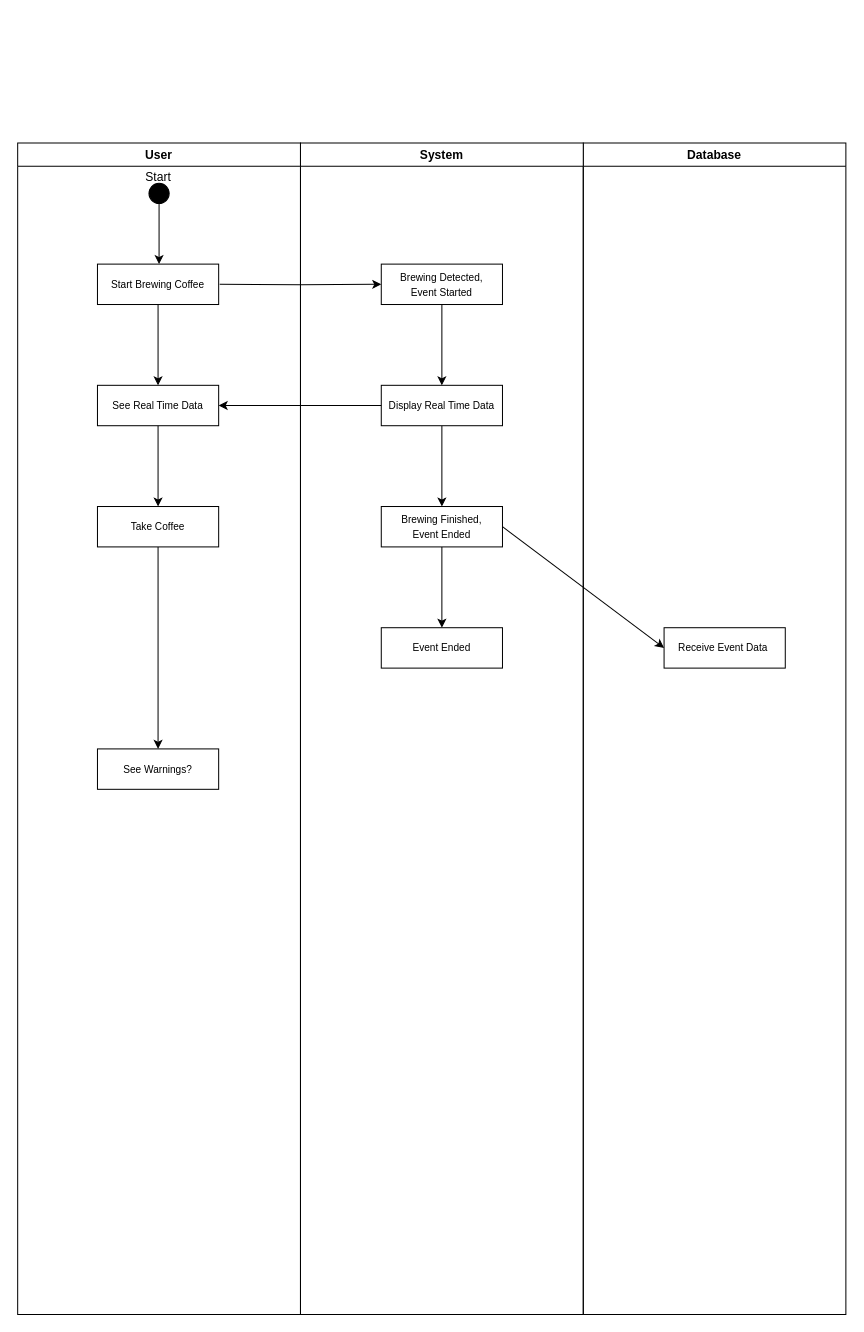
Above: diagrams/Activity_Diagram.drawio in martintara/kaffeknekt (draw.io), before the change. Source tidied: cells renumbered, new cells numbered last; positions are measured from the earlier drawing's top-left corner, leaving out a move shared by most shapes. Both pictures are drawn from the tidied source at 101%, with x=0, y=0 at pixel (17, 142).
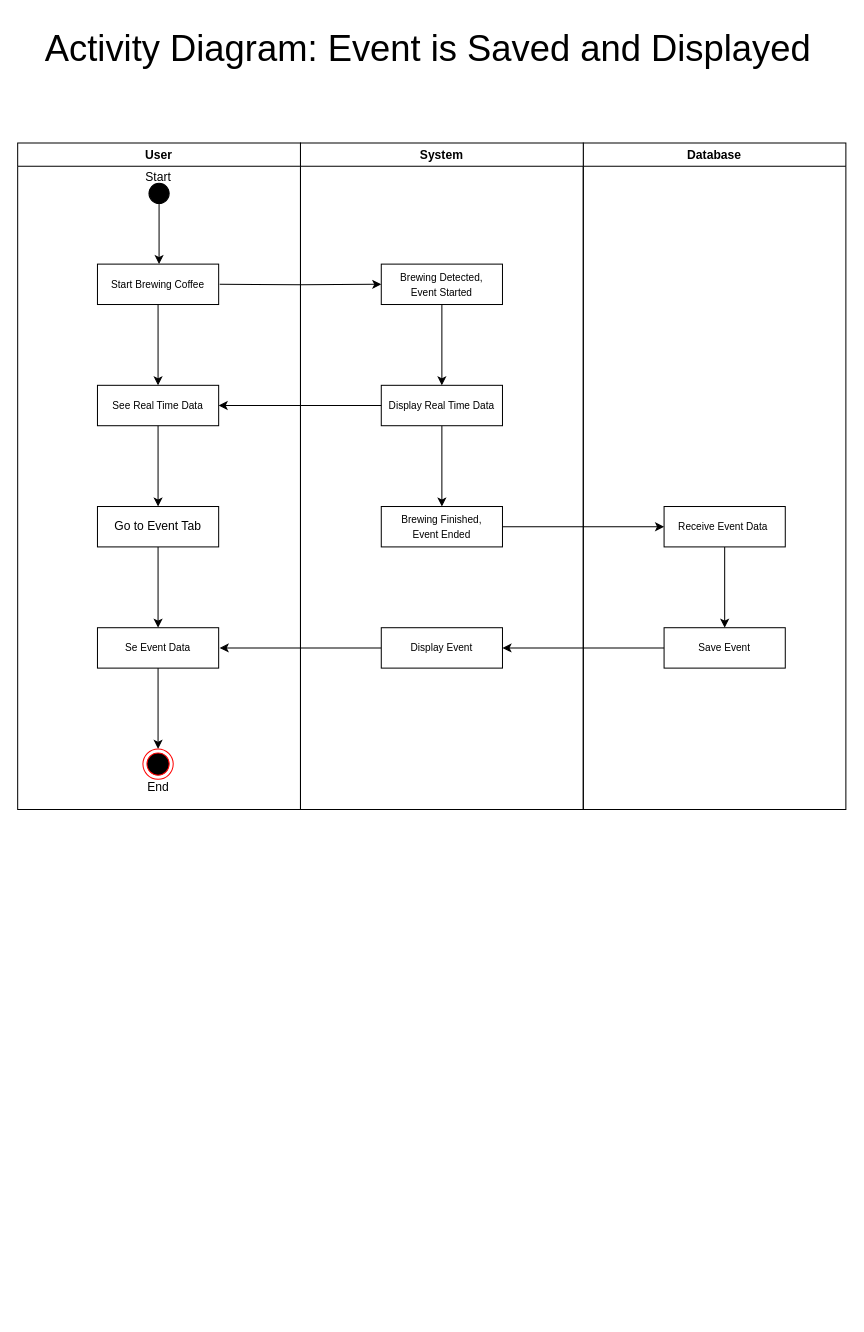
The same page after the edit.

The change refers to these unchanged cells:
```xml
<mxCell id="20" value="&lt;span style=&quot;font-size: 10px;&quot;&gt;Brewing Finished, &lt;br&gt;Event Ended&lt;/span&gt;" style="rounded=0;whiteSpace=wrap;html=1;" parent="14" vertex="1">
  <mxGeometry x="80" y="360" width="120" height="40" as="geometry" />
</mxCell>
```

What changed in the source:
```diff
@@
     <mxCell id="2" value="User" style="swimlane;whiteSpace=wrap;html=1;" parent="1" vertex="1">
-      <mxGeometry width="280" height="1160" as="geometry" />
+      <mxGeometry width="280" height="660" as="geometry" />
     </mxCell>
@@
-    <mxCell id="9" style="edgeStyle=orthogonalEdgeStyle;rounded=0;jettySize=auto;html=1;exitX=0.5;exitY=1;exitDx=0;exitDy=0;" parent="2" edge="1" source="10" target="11">
-      <mxGeometry relative="1" as="geometry" />
-    </mxCell>
+    <mxCell id="26" style="edgeStyle=orthogonalEdgeStyle;rounded=0;jettySize=auto;html=1;exitX=0.5;exitY=1;exitDx=0;exitDy=0;entryX=0.5;entryY=0;entryDx=0;entryDy=0;" parent="2" edge="1" source="10" target="28">
+      <mxGeometry relative="1" as="geometry" />
+    </mxCell>
-    <mxCell id="10" value="&lt;font style=&quot;font-size: 10px;&quot;&gt;Take Coffee&lt;/font&gt;" style="rounded=0;whiteSpace=wrap;html=1;" parent="2" vertex="1">
+    <mxCell id="10" value="Go to Event Tab" style="rounded=0;whiteSpace=wrap;html=1;" parent="2" vertex="1">
       <mxGeometry x="79" y="360" width="120" height="40" as="geometry" />
     </mxCell>
-    <mxCell id="11" value="&lt;font style=&quot;font-size: 10px;&quot;&gt;See Warnings?&lt;/font&gt;" style="rounded=0;whiteSpace=wrap;html=1;" parent="2" vertex="1">
-      <mxGeometry x="79" y="600" width="120" height="40" as="geometry" />
-    </mxCell>
+    <mxCell id="27" style="rounded=0;jettySize=auto;html=1;exitX=0.5;exitY=1;exitDx=0;exitDy=0;entryX=0.5;entryY=0;entryDx=0;entryDy=0;" parent="2" edge="1" source="28" target="29">
+      <mxGeometry relative="1" as="geometry" />
+    </mxCell>
+    <mxCell id="28" value="&lt;font style=&quot;font-size: 10px;&quot;&gt;Se Event Data&lt;/font&gt;" style="rounded=0;whiteSpace=wrap;html=1;" parent="2" vertex="1">
+      <mxGeometry x="79" y="480" width="120" height="40" as="geometry" />
+    </mxCell>
+    <mxCell id="29" style="ellipse;html=1;shape=endState;fillColor=#000000;strokeColor=#ff0000;" parent="2" vertex="1">
+      <mxGeometry x="124" y="600" width="30" height="30" as="geometry" />
+    </mxCell>
     <mxCell id="12" value="Database" style="swimlane;whiteSpace=wrap;html=1;" parent="1" vertex="1">
-      <mxGeometry x="560" width="260" height="1160" as="geometry" />
+      <mxGeometry x="560" width="260" height="660" as="geometry" />
     </mxCell>
+    <mxCell id="30" style="edgeStyle=orthogonalEdgeStyle;rounded=0;jettySize=auto;html=1;exitX=0.5;exitY=1;exitDx=0;exitDy=0;entryX=0.5;entryY=0;entryDx=0;entryDy=0;" parent="12" edge="1" source="13" target="31">
+      <mxGeometry relative="1" as="geometry" />
+    </mxCell>
     <mxCell id="13" value="&lt;span style=&quot;font-size: 10px;&quot;&gt;Receive Event Data&amp;nbsp;&lt;/span&gt;" style="rounded=0;whiteSpace=wrap;html=1;" parent="12" vertex="1">
-      <mxGeometry x="80" y="480" width="120" height="40" as="geometry" />
+      <mxGeometry x="80" y="360" width="120" height="40" as="geometry" />
     </mxCell>
+    <mxCell id="31" value="&lt;span style=&quot;font-size: 10px;&quot;&gt;Save Event&lt;/span&gt;" style="rounded=0;whiteSpace=wrap;html=1;" parent="12" vertex="1">
+      <mxGeometry x="80" y="480" width="120" height="40" as="geometry" />
+    </mxCell>
     <mxCell id="14" value="System" style="swimlane;whiteSpace=wrap;html=1;" parent="1" vertex="1">
-      <mxGeometry x="280" width="280" height="1160" as="geometry" />
+      <mxGeometry x="280" width="280" height="660" as="geometry" />
     </mxCell>
@@
-    <mxCell id="19" style="edgeStyle=orthogonalEdgeStyle;rounded=0;jettySize=auto;html=1;exitX=0.5;exitY=1;exitDx=0;exitDy=0;entryX=0.5;entryY=0;entryDx=0;entryDy=0;" parent="14" edge="1" source="20" target="21">
-      <mxGeometry relative="1" as="geometry" />
-    </mxCell>
@@
-    <mxCell id="21" value="&lt;span style=&quot;font-size: 10px;&quot;&gt;Event Ended&lt;/span&gt;" style="rounded=0;whiteSpace=wrap;html=1;" parent="14" vertex="1">
-      <mxGeometry x="80" y="480" width="120" height="40" as="geometry" />
-    </mxCell>
+    <mxCell id="32" style="edgeStyle=orthogonalEdgeStyle;rounded=0;jettySize=auto;html=1;exitX=0;exitY=0.5;exitDx=0;exitDy=0;" parent="14" edge="1" source="33">
+      <mxGeometry relative="1" as="geometry">
+        <mxPoint x="-80" y="500" as="targetPoint" />
+      </mxGeometry>
+    </mxCell>
+    <mxCell id="33" value="&lt;span style=&quot;font-size: 10px;&quot;&gt;Display Event&lt;/span&gt;" style="rounded=0;whiteSpace=wrap;html=1;" parent="14" vertex="1">
+      <mxGeometry x="80" y="480" width="120" height="40" as="geometry" />
+    </mxCell>
@@
+    <mxCell id="34" style="edgeStyle=orthogonalEdgeStyle;rounded=0;jettySize=auto;html=1;exitX=0;exitY=0.5;exitDx=0;exitDy=0;entryX=1;entryY=0.5;entryDx=0;entryDy=0;" parent="1" edge="1" source="31" target="33">
+      <mxGeometry relative="1" as="geometry" />
+    </mxCell>
+    <mxCell id="35" value="End" style="text;html=1;align=center;verticalAlign=middle;strokeColor=none;fillColor=none;" parent="1" vertex="1">
+      <mxGeometry x="119" y="623" width="40" height="30" as="geometry" />
+    </mxCell>
+    <mxCell id="36" value="&lt;font style=&quot;font-size: 36px;&quot;&gt;Activity Diagram: Event is Saved and Displayed&lt;/font&gt;" style="text;html=1;align=center;verticalAlign=middle;strokeColor=none;fillColor=none;" parent="1" vertex="1">
+      <mxGeometry x="16" y="-124" width="780" height="60" as="geometry" />
+    </mxCell>
```
